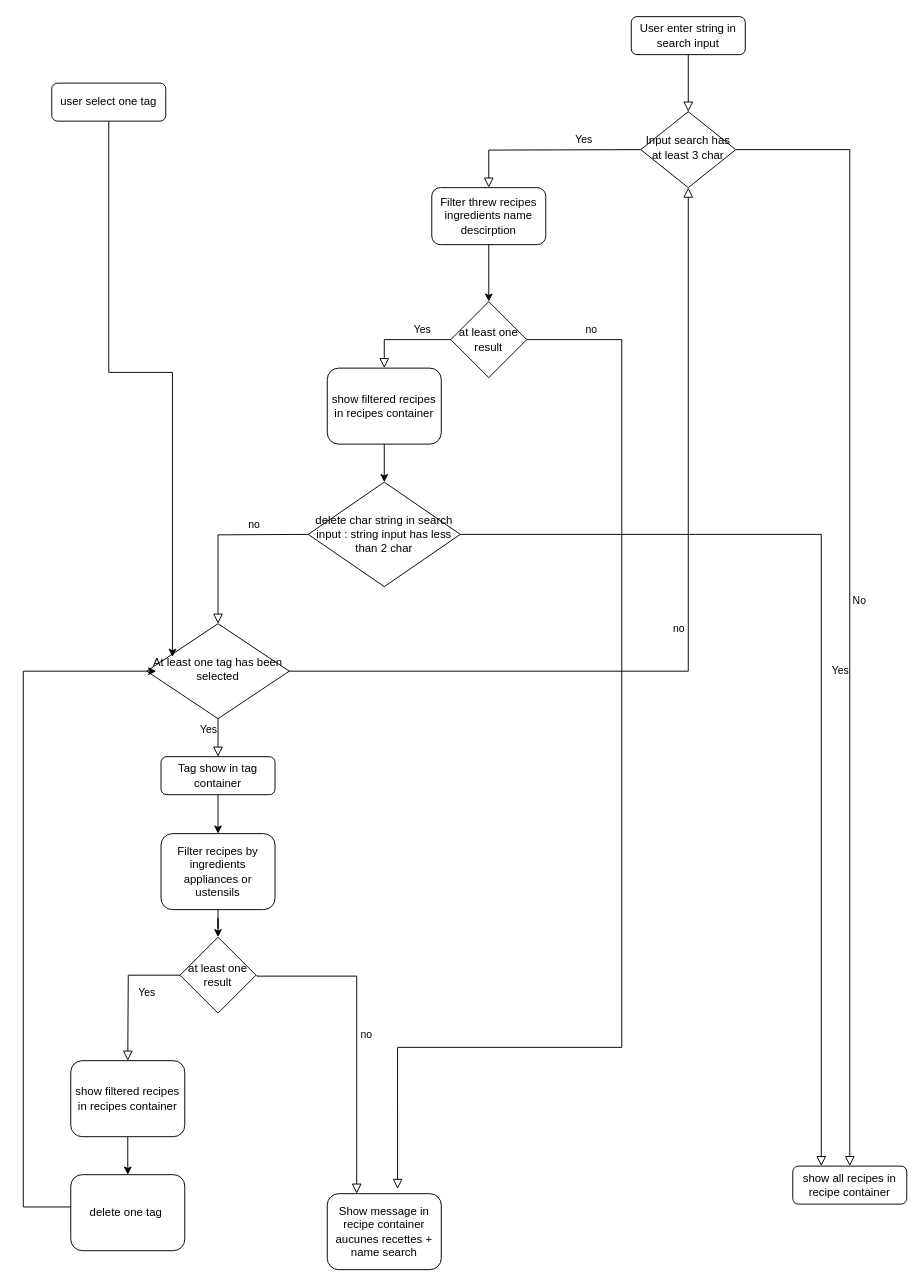
Above: algo.drawio in alexandretoullec/Petits_Plats_P7 (draw.io), before the change. Source tidied: cells renumbered, new cells numbered last; positions are measured from the earlier drawing's top-left corner, leaving out a move shared by most shapes. Both pictures are drawn from the tidied source at 95%, with x=0, y=0 at pixel (23, 16).
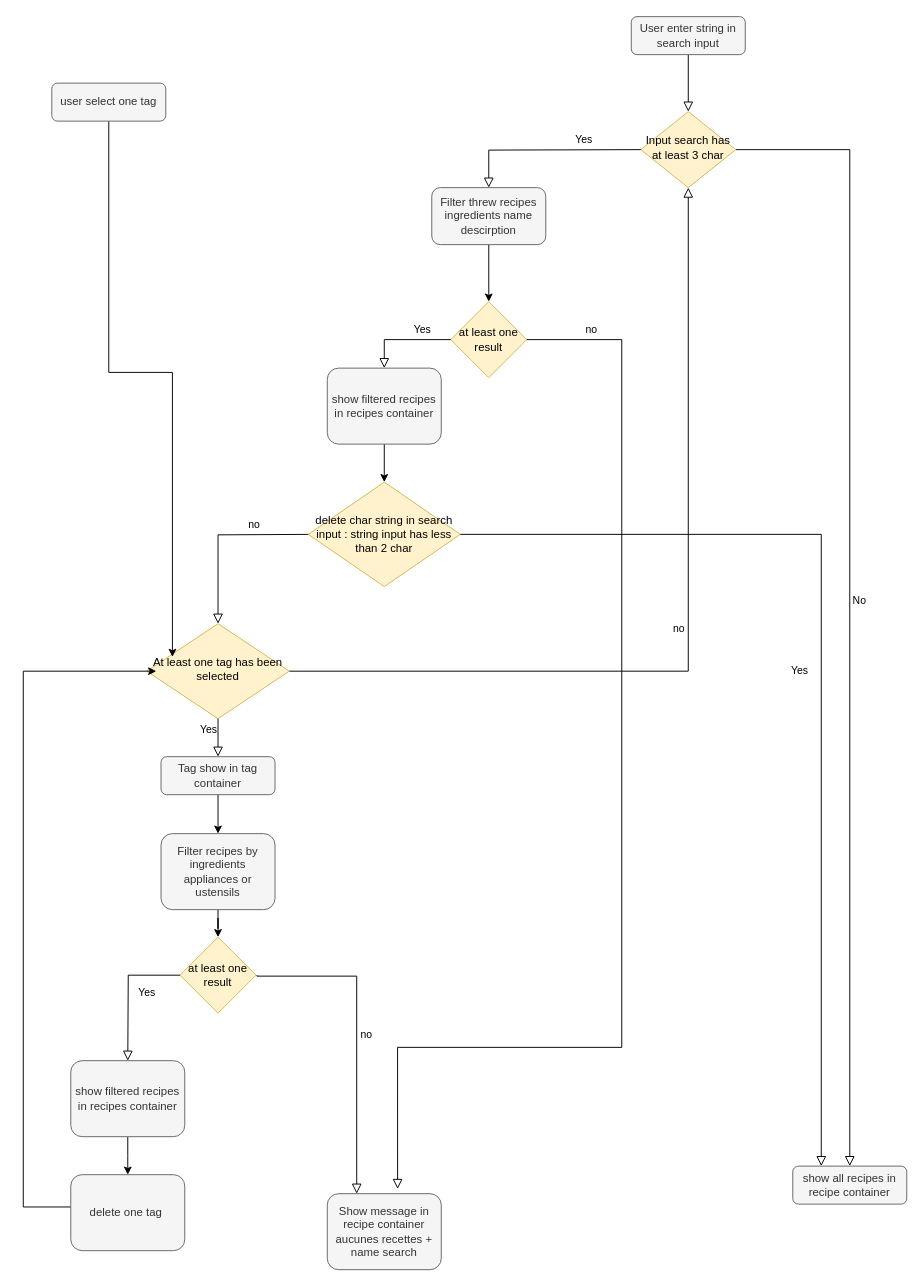
Above is the later version.

Commit message:
Mettre à jour algo.drawio

The edit, as a diff of the source:
```diff
@@
-    <mxCell id="3" value="User enter string in search input" style="rounded=1;whiteSpace=wrap;html=1;fontSize=12;glass=0;strokeWidth=1;shadow=0;" parent="1" vertex="1">
+    <mxCell id="3" value="User enter string in search input" style="rounded=1;whiteSpace=wrap;html=1;fontSize=12;glass=0;strokeWidth=1;shadow=0;fillColor=#f5f5f5;fontColor=#333333;strokeColor=#666666;" parent="1" vertex="1">
       <mxGeometry x="640" width="120" height="40" as="geometry" />
     </mxCell>
@@
-    <mxCell id="5" value="Input search has at least 3 char" style="rhombus;whiteSpace=wrap;html=1;shadow=0;fontFamily=Helvetica;fontSize=12;align=center;strokeWidth=1;spacing=6;spacingTop=-4;" parent="1" vertex="1">
+    <mxCell id="5" value="Input search has at least 3 char" style="rhombus;whiteSpace=wrap;html=1;shadow=0;fontFamily=Helvetica;fontSize=12;align=center;strokeWidth=1;spacing=6;spacingTop=-4;fillColor=#fff2cc;strokeColor=#d6b656;" parent="1" vertex="1">
       <mxGeometry x="650" y="100" width="100" height="80" as="geometry" />
     </mxCell>
-    <mxCell id="6" value="show all recipes in recipe container" style="rounded=1;whiteSpace=wrap;html=1;fontSize=12;glass=0;strokeWidth=1;shadow=0;" parent="1" vertex="1">
+    <mxCell id="6" value="show all recipes in recipe container" style="rounded=1;whiteSpace=wrap;html=1;fontSize=12;glass=0;strokeWidth=1;shadow=0;fillColor=#f5f5f5;fontColor=#333333;strokeColor=#666666;" parent="1" vertex="1">
       <mxGeometry x="810" y="1210" width="120" height="40" as="geometry" />
     </mxCell>
@@
-    <mxCell id="8" value="At least one tag has been selected" style="rhombus;whiteSpace=wrap;html=1;shadow=0;fontFamily=Helvetica;fontSize=12;align=center;strokeWidth=1;spacing=6;spacingTop=-4;" parent="1" vertex="1">
+    <mxCell id="8" value="At least one tag has been selected" style="rhombus;whiteSpace=wrap;html=1;shadow=0;fontFamily=Helvetica;fontSize=12;align=center;strokeWidth=1;spacing=6;spacingTop=-4;fillColor=#fff2cc;strokeColor=#d6b656;" parent="1" vertex="1">
       <mxGeometry x="130" y="639" width="150" height="100" as="geometry" />
     </mxCell>
@@
-    <mxCell id="10" value="Tag show in tag container" style="rounded=1;whiteSpace=wrap;html=1;fontSize=12;glass=0;strokeWidth=1;shadow=0;" parent="1" vertex="1">
+    <mxCell id="10" value="Tag show in tag container" style="rounded=1;whiteSpace=wrap;html=1;fontSize=12;glass=0;strokeWidth=1;shadow=0;fillColor=#f5f5f5;fontColor=#333333;strokeColor=#666666;" parent="1" vertex="1">
       <mxGeometry x="145" y="779" width="120" height="40" as="geometry" />
     </mxCell>
@@
-    <mxCell id="12" value="user select one tag" style="rounded=1;whiteSpace=wrap;html=1;fontSize=12;glass=0;strokeWidth=1;shadow=0;" parent="1" vertex="1">
+    <mxCell id="12" value="user select one tag" style="rounded=1;whiteSpace=wrap;html=1;fontSize=12;glass=0;strokeWidth=1;shadow=0;fillColor=#f5f5f5;fontColor=#333333;strokeColor=#666666;" parent="1" vertex="1">
       <mxGeometry x="30" y="70" width="120" height="40" as="geometry" />
     </mxCell>
@@
-    <mxCell id="14" value="Filter recipes by ingredients appliances or ustensils" style="rounded=1;whiteSpace=wrap;html=1;fontSize=12;glass=0;strokeWidth=1;shadow=0;" parent="1" vertex="1">
+    <mxCell id="14" value="Filter recipes by ingredients appliances or ustensils" style="rounded=1;whiteSpace=wrap;html=1;fontSize=12;glass=0;strokeWidth=1;shadow=0;fillColor=#f5f5f5;fontColor=#333333;strokeColor=#666666;" parent="1" vertex="1">
       <mxGeometry x="145" y="860" width="120" height="80" as="geometry" />
     </mxCell>
-    <mxCell id="15" value="at least one result" style="rhombus;whiteSpace=wrap;html=1;" parent="1" vertex="1">
+    <mxCell id="15" value="at least one result" style="rhombus;whiteSpace=wrap;html=1;fillColor=#fff2cc;strokeColor=#d6b656;" parent="1" vertex="1">
       <mxGeometry x="165" y="969" width="80" height="80" as="geometry" />
     </mxCell>
@@
-    <mxCell id="18" value="show filtered recipes in recipes container" style="rounded=1;whiteSpace=wrap;html=1;fontSize=12;glass=0;strokeWidth=1;shadow=0;" parent="1" vertex="1">
+    <mxCell id="18" value="show filtered recipes in recipes container" style="rounded=1;whiteSpace=wrap;html=1;fontSize=12;glass=0;strokeWidth=1;shadow=0;fillColor=#f5f5f5;fontColor=#333333;strokeColor=#666666;" parent="1" vertex="1">
       <mxGeometry x="50" y="1099" width="120" height="80" as="geometry" />
     </mxCell>
@@
-    <mxCell id="20" value="delete one tag&amp;nbsp;" style="rounded=1;whiteSpace=wrap;html=1;fontSize=12;glass=0;strokeWidth=1;shadow=0;" parent="1" vertex="1">
+    <mxCell id="20" value="delete one tag&amp;nbsp;" style="rounded=1;whiteSpace=wrap;html=1;fontSize=12;glass=0;strokeWidth=1;shadow=0;fillColor=#f5f5f5;fontColor=#333333;strokeColor=#666666;" parent="1" vertex="1">
       <mxGeometry x="50" y="1219" width="120" height="80" as="geometry" />
     </mxCell>
@@
-    <mxCell id="22" value="Show message in recipe container aucunes recettes + name search" style="rounded=1;whiteSpace=wrap;html=1;fontSize=12;glass=0;strokeWidth=1;shadow=0;" parent="1" vertex="1">
+    <mxCell id="22" value="Show message in recipe container aucunes recettes + name search" style="rounded=1;whiteSpace=wrap;html=1;fontSize=12;glass=0;strokeWidth=1;shadow=0;fillColor=#f5f5f5;fontColor=#333333;strokeColor=#666666;" parent="1" vertex="1">
       <mxGeometry x="320" y="1239" width="120" height="80" as="geometry" />
     </mxCell>
-    <mxCell id="23" value="delete char string in search input : string input has less than 2 char" style="rhombus;whiteSpace=wrap;html=1;" parent="1" vertex="1">
+    <mxCell id="23" value="delete char string in search input : string input has less than 2 char" style="rhombus;whiteSpace=wrap;html=1;fillColor=#fff2cc;strokeColor=#d6b656;" parent="1" vertex="1">
       <mxGeometry x="300" y="490" width="160" height="110" as="geometry" />
     </mxCell>
     <mxCell id="24" value="Yes" style="rounded=0;html=1;jettySize=auto;fontSize=11;endArrow=block;endFill=0;endSize=8;strokeWidth=1;shadow=0;labelBackgroundColor=none;edgeStyle=orthogonalEdgeStyle;exitX=1;exitY=0.5;exitDx=0;exitDy=0;entryX=0.25;entryY=0;entryDx=0;entryDy=0;" parent="1" edge="1" source="23" target="6">
-      <mxGeometry y="20" relative="1" as="geometry" />
+      <mxGeometry y="-23" relative="1" as="geometry" />
     </mxCell>
@@
-    <mxCell id="26" value="Filter threw recipes ingredients name descirption" style="rounded=1;whiteSpace=wrap;html=1;fontSize=12;glass=0;strokeWidth=1;shadow=0;" parent="1" vertex="1">
+    <mxCell id="26" value="Filter threw recipes ingredients name descirption" style="rounded=1;whiteSpace=wrap;html=1;fontSize=12;glass=0;strokeWidth=1;shadow=0;fillColor=#f5f5f5;fontColor=#333333;strokeColor=#666666;" parent="1" vertex="1">
       <mxGeometry x="430" y="180" width="120" height="60" as="geometry" />
     </mxCell>
-    <mxCell id="27" value="at least one result" style="rhombus;whiteSpace=wrap;html=1;" parent="1" vertex="1">
+    <mxCell id="27" value="at least one result" style="rhombus;whiteSpace=wrap;html=1;fillColor=#fff2cc;strokeColor=#d6b656;" parent="1" vertex="1">
       <mxGeometry x="450" y="300" width="80" height="80" as="geometry" />
     </mxCell>
@@
-    <mxCell id="31" value="show filtered recipes in recipes container" style="rounded=1;whiteSpace=wrap;html=1;fontSize=12;glass=0;strokeWidth=1;shadow=0;" parent="1" vertex="1">
+    <mxCell id="31" value="show filtered recipes in recipes container" style="rounded=1;whiteSpace=wrap;html=1;fontSize=12;glass=0;strokeWidth=1;shadow=0;fillColor=#f5f5f5;fontColor=#333333;strokeColor=#666666;" parent="1" vertex="1">
       <mxGeometry x="320" y="370" width="120" height="80" as="geometry" />
     </mxCell>
```
